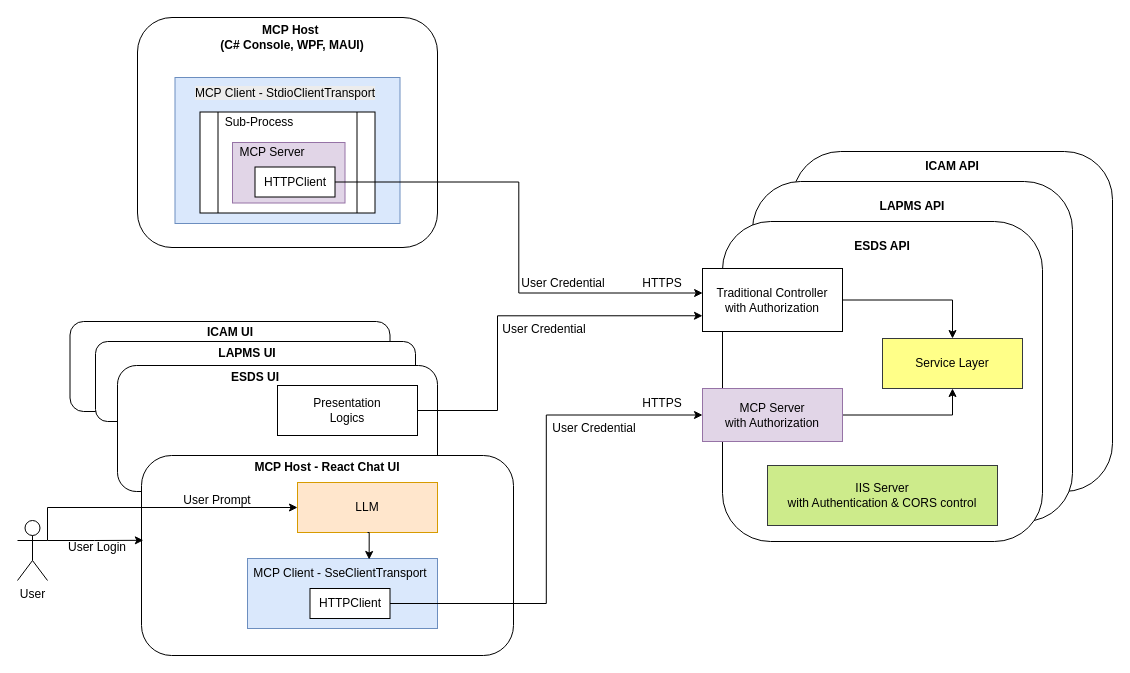
leungkimming/MPCAuthen keeps this draw.io diagram as images/mcp.drawio. Above is the earlier version. Source tidied: cells renumbered, new cells numbered last; positions are measured from the earlier drawing's top-left corner, leaving out a move shared by most shapes. Both pictures are drawn from the tidied source at 100%, with x=0, y=0 at pixel (17, 17).
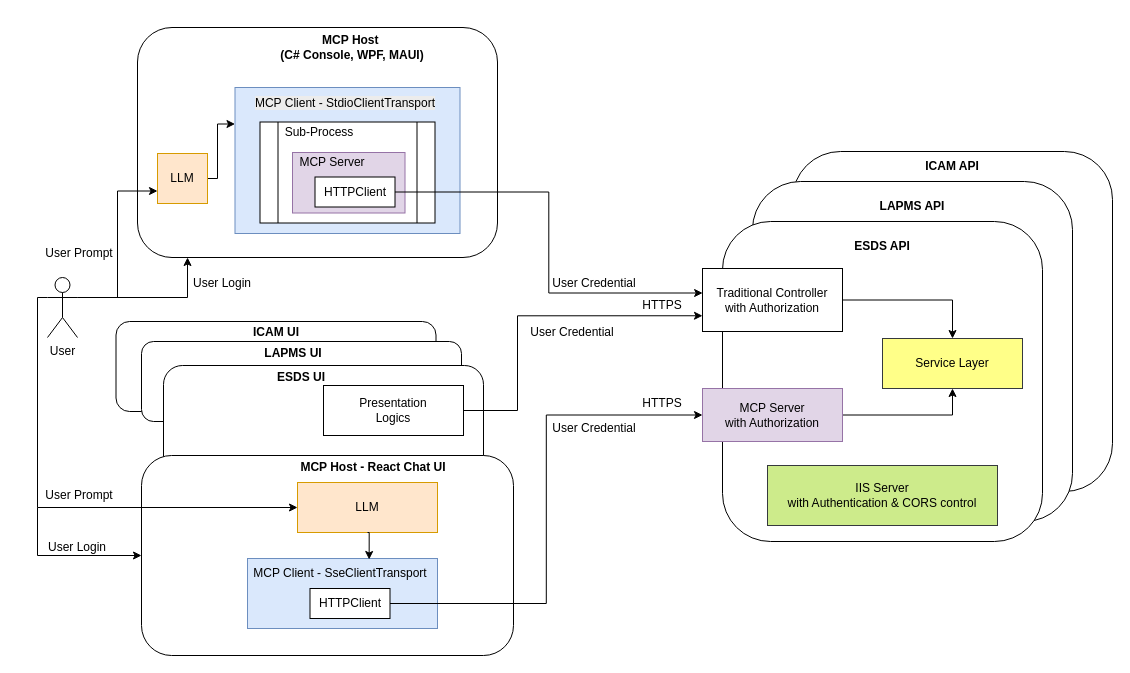
The same page after the edit.

Unchanged cells that the change refers to:
```xml
<mxCell id="9" value="Traditional&amp;nbsp;&lt;span style=&quot;background-color: transparent; color: light-dark(rgb(0, 0, 0), rgb(255, 255, 255));&quot;&gt;Controller&lt;/span&gt;&lt;div&gt;&lt;span style=&quot;background-color: transparent; color: light-dark(rgb(0, 0, 0), rgb(255, 255, 255));&quot;&gt;with Authorization&lt;/span&gt;&lt;/div&gt;" style="rounded=0;whiteSpace=wrap;html=1;" parent="1" vertex="1">
  <mxGeometry x="685" y="251" width="140" height="63" as="geometry" />
</mxCell>
```

The edit, as a diff of the source:
```diff
@@
     <mxCell id="15" value="HTTPS" style="text;html=1;align=center;verticalAlign=middle;whiteSpace=wrap;rounded=0;" parent="1" vertex="1">
-      <mxGeometry x="605" y="251" width="80" height="30" as="geometry" />
+      <mxGeometry x="605" y="273" width="80" height="30" as="geometry" />
     </mxCell>
     <mxCell id="16" value="User Credential" style="text;html=1;align=center;verticalAlign=middle;whiteSpace=wrap;rounded=0;" parent="1" vertex="1">
-      <mxGeometry x="477" y="297" width="100" height="30" as="geometry" />
+      <mxGeometry x="505" y="300" width="100" height="30" as="geometry" />
     </mxCell>
@@
-    <mxCell id="18" style="group;" parent="1" vertex="1">
-      <mxGeometry x="120" width="300" height="230" as="geometry" />
-    </mxCell>
+    <mxCell id="51" value="User Credential" style="text;html=1;align=center;verticalAlign=middle;whiteSpace=wrap;rounded=0;" parent="1" vertex="1">
+      <mxGeometry x="527" y="251" width="100" height="30" as="geometry" />
+    </mxCell>
-    <mxCell id="19" style="rounded=1;whiteSpace=wrap;html=1;" parent="18" vertex="1">
-      <mxGeometry width="300" height="230" as="geometry" />
+    <mxCell id="19" style="rounded=1;whiteSpace=wrap;html=1;" parent="1" vertex="1">
+      <mxGeometry x="120" y="10" width="360" height="230" as="geometry" />
     </mxCell>
-    <mxCell id="20" value="MCP Host&amp;nbsp;&lt;div&gt;(C# Console, WPF, MAUI)&lt;/div&gt;" style="text;html=1;align=center;verticalAlign=middle;whiteSpace=wrap;rounded=0;fontStyle=1;" parent="18" vertex="1">
-      <mxGeometry x="75" width="160" height="40" as="geometry" />
+    <mxCell id="20" value="MCP Host&amp;nbsp;&lt;div&gt;(C# Console, WPF, MAUI)&lt;/div&gt;" style="text;html=1;align=center;verticalAlign=middle;whiteSpace=wrap;rounded=0;fontStyle=1;" parent="1" vertex="1">
+      <mxGeometry x="255" y="10" width="160" height="40" as="geometry" />
     </mxCell>
-    <mxCell id="21" style="rounded=0;whiteSpace=wrap;html=1;labelBackgroundColor=none;fillColor=#dae8fc;strokeColor=#6c8ebf;" parent="18" vertex="1">
-      <mxGeometry x="37.5" y="60" width="225" height="146" as="geometry" />
+    <mxCell id="21" style="rounded=0;whiteSpace=wrap;html=1;labelBackgroundColor=none;fillColor=#dae8fc;strokeColor=#6c8ebf;" parent="1" vertex="1">
+      <mxGeometry x="217.5" y="70" width="225" height="146" as="geometry" />
     </mxCell>
-    <mxCell id="22" value="&lt;span style=&quot;color: rgb(0, 0, 0); font-family: Helvetica; font-size: 12px; font-style: normal; font-variant-ligatures: normal; font-variant-caps: normal; font-weight: 400; letter-spacing: normal; orphans: 2; text-align: center; text-indent: 0px; text-transform: none; widows: 2; word-spacing: 0px; -webkit-text-stroke-width: 0px; white-space: normal; background-color: rgb(236, 236, 236); text-decoration-thickness: initial; text-decoration-style: initial; text-decoration-color: initial; float: none; display: inline !important;&quot;&gt;MCP Client -&amp;nbsp;&lt;/span&gt;&lt;span style=&quot;background-color: light-dark(rgb(236, 236, 236), rgb(34, 34, 34)); color: light-dark(rgb(0, 0, 0), rgb(237, 237, 237));&quot;&gt;StdioClientTransport&lt;/span&gt;" style="text;html=1;align=center;verticalAlign=middle;whiteSpace=wrap;rounded=0;" parent="18" vertex="1">
-      <mxGeometry x="42.5" y="56" width="210" height="40" as="geometry" />
+    <mxCell id="22" value="&lt;span style=&quot;color: rgb(0, 0, 0); font-family: Helvetica; font-size: 12px; font-style: normal; font-variant-ligatures: normal; font-variant-caps: normal; font-weight: 400; letter-spacing: normal; orphans: 2; text-align: center; text-indent: 0px; text-transform: none; widows: 2; word-spacing: 0px; -webkit-text-stroke-width: 0px; white-space: normal; background-color: rgb(236, 236, 236); text-decoration-thickness: initial; text-decoration-style: initial; text-decoration-color: initial; float: none; display: inline !important;&quot;&gt;MCP Client -&amp;nbsp;&lt;/span&gt;&lt;span style=&quot;background-color: light-dark(rgb(236, 236, 236), rgb(34, 34, 34)); color: light-dark(rgb(0, 0, 0), rgb(237, 237, 237));&quot;&gt;StdioClientTransport&lt;/span&gt;" style="text;html=1;align=center;verticalAlign=middle;whiteSpace=wrap;rounded=0;" parent="1" vertex="1">
+      <mxGeometry x="222.5" y="66" width="210" height="40" as="geometry" />
     </mxCell>
-    <mxCell id="23" style="shape=process;whiteSpace=wrap;html=1;backgroundOutline=1;" parent="18" vertex="1">
-      <mxGeometry x="62.5" y="94.5" width="175" height="101" as="geometry" />
+    <mxCell id="23" style="shape=process;whiteSpace=wrap;html=1;backgroundOutline=1;" parent="1" vertex="1">
+      <mxGeometry x="242.5" y="104.5" width="175" height="101" as="geometry" />
     </mxCell>
-    <mxCell id="24" value="Sub-Process" style="text;html=1;align=center;verticalAlign=middle;whiteSpace=wrap;rounded=0;" parent="18" vertex="1">
-      <mxGeometry x="81.5" y="89.5" width="80" height="30" as="geometry" />
+    <mxCell id="24" value="Sub-Process" style="text;html=1;align=center;verticalAlign=middle;whiteSpace=wrap;rounded=0;" parent="1" vertex="1">
+      <mxGeometry x="261.5" y="99.5" width="80" height="30" as="geometry" />
     </mxCell>
-    <mxCell id="25" style="rounded=0;whiteSpace=wrap;html=1;fillColor=#e1d5e7;strokeColor=#9673a6;" parent="18" vertex="1">
-      <mxGeometry x="95" y="125" width="112.5" height="60.5" as="geometry" />
+    <mxCell id="25" style="rounded=0;whiteSpace=wrap;html=1;fillColor=#e1d5e7;strokeColor=#9673a6;" parent="1" vertex="1">
+      <mxGeometry x="275" y="135" width="112.5" height="60.5" as="geometry" />
     </mxCell>
-    <mxCell id="26" value="HTTPClient" style="rounded=0;whiteSpace=wrap;html=1;" parent="18" vertex="1">
-      <mxGeometry x="117.5" y="149.5" width="80" height="30" as="geometry" />
+    <mxCell id="26" value="HTTPClient" style="rounded=0;whiteSpace=wrap;html=1;" parent="1" vertex="1">
+      <mxGeometry x="297.5" y="159.5" width="80" height="30" as="geometry" />
     </mxCell>
-    <mxCell id="27" value="MCP Server" style="text;html=1;align=center;verticalAlign=middle;whiteSpace=wrap;rounded=0;" parent="18" vertex="1">
-      <mxGeometry x="95" y="119.5" width="80" height="30" as="geometry" />
+    <mxCell id="27" value="MCP Server" style="text;html=1;align=center;verticalAlign=middle;whiteSpace=wrap;rounded=0;" parent="1" vertex="1">
+      <mxGeometry x="275" y="129.5" width="80" height="30" as="geometry" />
     </mxCell>
-    <mxCell id="28" style="group;" parent="1" vertex="1">
-      <mxGeometry y="300" width="496" height="338" as="geometry" />
-    </mxCell>
+    <mxCell id="52" style="edgeStyle=orthogonalEdgeStyle;rounded=0;jettySize=auto;html=1;exitX=1;exitY=0.3333333333333333;exitDx=0;exitDy=0;exitPerimeter=0;entryX=0;entryY=0.75;entryDx=0;entryDy=0;" parent="1" edge="1" source="33" target="54">
+      <mxGeometry relative="1" as="geometry" />
+    </mxCell>
+    <mxCell id="33" value="User" style="shape=umlActor;verticalLabelPosition=bottom;verticalAlign=top;html=1;outlineConnect=0;" parent="1" vertex="1">
+      <mxGeometry x="30" y="260" width="30" height="60" as="geometry" />
+    </mxCell>
+    <mxCell id="53" style="edgeStyle=orthogonalEdgeStyle;rounded=0;jettySize=auto;html=1;entryX=0;entryY=0.25;entryDx=0;entryDy=0;" parent="1" edge="1" source="54" target="21">
+      <mxGeometry relative="1" as="geometry">
+        <Array as="points">
+          <mxPoint x="200" y="161" />
+          <mxPoint x="200" y="107" />
+        </Array>
+      </mxGeometry>
+    </mxCell>
+    <mxCell id="54" value="LLM" style="rounded=0;whiteSpace=wrap;html=1;fillColor=#ffe6cc;strokeColor=#d79b00;" parent="1" vertex="1">
+      <mxGeometry x="140" y="136" width="50" height="50" as="geometry" />
+    </mxCell>
+    <mxCell id="55" value="User&amp;nbsp;&lt;span style=&quot;background-color: transparent; color: light-dark(rgb(0, 0, 0), rgb(255, 255, 255));&quot;&gt;Prompt&lt;/span&gt;" style="text;html=1;align=center;verticalAlign=middle;whiteSpace=wrap;rounded=0;" parent="1" vertex="1">
+      <mxGeometry x="31.5" y="221" width="60" height="30" as="geometry" />
+    </mxCell>
+    <mxCell id="56" value="User Login" style="text;html=1;align=center;verticalAlign=middle;whiteSpace=wrap;rounded=0;" parent="1" vertex="1">
+      <mxGeometry x="10" y="515" width="100" height="30" as="geometry" />
+    </mxCell>
+    <mxCell id="57" value="User Login" style="text;html=1;align=center;verticalAlign=middle;whiteSpace=wrap;rounded=0;" parent="1" vertex="1">
+      <mxGeometry x="155" y="251" width="100" height="30" as="geometry" />
+    </mxCell>
-    <mxCell id="29" style="rounded=1;whiteSpace=wrap;html=1;" parent="28" vertex="1">
-      <mxGeometry x="52.5" y="4" width="320" height="90" as="geometry" />
+    <mxCell id="29" style="rounded=1;whiteSpace=wrap;html=1;" parent="1" vertex="1">
+      <mxGeometry x="98.5" y="304" width="320" height="90" as="geometry" />
     </mxCell>
-    <mxCell id="30" style="rounded=1;whiteSpace=wrap;html=1;" parent="28" vertex="1">
-      <mxGeometry x="78" y="24" width="320" height="80" as="geometry" />
+    <mxCell id="30" style="rounded=1;whiteSpace=wrap;html=1;" parent="1" vertex="1">
+      <mxGeometry x="124" y="324" width="320" height="80" as="geometry" />
     </mxCell>
-    <mxCell id="31" value="ICAM UI" style="text;html=1;align=center;verticalAlign=middle;whiteSpace=wrap;rounded=0;fontStyle=1;" parent="28" vertex="1">
-      <mxGeometry x="152.5" width="120" height="30" as="geometry" />
+    <mxCell id="31" value="ICAM UI" style="text;html=1;align=center;verticalAlign=middle;whiteSpace=wrap;rounded=0;fontStyle=1;" parent="1" vertex="1">
+      <mxGeometry x="198.5" y="300" width="120" height="30" as="geometry" />
     </mxCell>
-    <mxCell id="32" value="LAPMS UI" style="text;html=1;align=center;verticalAlign=middle;whiteSpace=wrap;rounded=0;fontStyle=1;" parent="28" vertex="1">
-      <mxGeometry x="170" y="21" width="120" height="30" as="geometry" />
+    <mxCell id="32" value="LAPMS UI" style="text;html=1;align=center;verticalAlign=middle;whiteSpace=wrap;rounded=0;fontStyle=1;" parent="1" vertex="1">
+      <mxGeometry x="216" y="321" width="120" height="30" as="geometry" />
     </mxCell>
-    <mxCell id="33" value="User" style="shape=umlActor;verticalLabelPosition=bottom;verticalAlign=top;html=1;outlineConnect=0;" parent="28" vertex="1">
-      <mxGeometry y="203" width="30" height="60" as="geometry" />
-    </mxCell>
-    <mxCell id="34" value="User Login" style="text;html=1;align=center;verticalAlign=middle;whiteSpace=wrap;rounded=0;" parent="28" vertex="1">
-      <mxGeometry x="30" y="215" width="100" height="30" as="geometry" />
-    </mxCell>
-    <mxCell id="35" style="rounded=1;whiteSpace=wrap;html=1;" parent="28" vertex="1">
-      <mxGeometry x="100" y="48" width="320" height="126" as="geometry" />
+    <mxCell id="35" style="rounded=1;whiteSpace=wrap;html=1;" parent="1" vertex="1">
+      <mxGeometry x="146" y="348" width="320" height="126" as="geometry" />
     </mxCell>
-    <mxCell id="36" value="ESDS UI" style="text;html=1;align=center;verticalAlign=middle;whiteSpace=wrap;rounded=0;fontStyle=1;" parent="28" vertex="1">
-      <mxGeometry x="169.2" y="45" width="137.5" height="30" as="geometry" />
+    <mxCell id="36" value="ESDS UI" style="text;html=1;align=center;verticalAlign=middle;whiteSpace=wrap;rounded=0;fontStyle=1;" parent="1" vertex="1">
+      <mxGeometry x="215.2" y="345" width="137.5" height="30" as="geometry" />
     </mxCell>
-    <mxCell id="37" value="Presentation&lt;div&gt;Logics&lt;/div&gt;" style="rounded=0;whiteSpace=wrap;html=1;" parent="28" vertex="1">
-      <mxGeometry x="260" y="68" width="140" height="50" as="geometry" />
+    <mxCell id="37" value="Presentation&lt;div&gt;Logics&lt;/div&gt;" style="rounded=0;whiteSpace=wrap;html=1;" parent="1" vertex="1">
+      <mxGeometry x="306" y="368" width="140" height="50" as="geometry" />
     </mxCell>
-    <mxCell id="38" style="rounded=1;whiteSpace=wrap;html=1;" parent="28" vertex="1">
-      <mxGeometry x="124" y="138" width="372" height="200" as="geometry" />
+    <mxCell id="38" style="rounded=1;whiteSpace=wrap;html=1;" parent="1" vertex="1">
+      <mxGeometry x="124" y="438" width="372" height="200" as="geometry" />
     </mxCell>
-    <mxCell id="39" style="rounded=0;whiteSpace=wrap;html=1;fillColor=#dae8fc;strokeColor=#6c8ebf;" parent="28" vertex="1">
-      <mxGeometry x="230" y="241" width="190" height="70" as="geometry" />
+    <mxCell id="39" style="rounded=0;whiteSpace=wrap;html=1;fillColor=#dae8fc;strokeColor=#6c8ebf;" parent="1" vertex="1">
+      <mxGeometry x="230" y="541" width="190" height="70" as="geometry" />
     </mxCell>
-    <mxCell id="40" value="MCP Client -&amp;nbsp;&lt;span style=&quot;background-color: transparent; color: light-dark(rgb(0, 0, 0), rgb(255, 255, 255));&quot;&gt;SseClientTransport&lt;/span&gt;" style="text;html=1;align=center;verticalAlign=middle;whiteSpace=wrap;rounded=0;" parent="28" vertex="1">
-      <mxGeometry x="232.5" y="241" width="180" height="30" as="geometry" />
+    <mxCell id="40" value="MCP Client -&amp;nbsp;&lt;span style=&quot;background-color: transparent; color: light-dark(rgb(0, 0, 0), rgb(255, 255, 255));&quot;&gt;SseClientTransport&lt;/span&gt;" style="text;html=1;align=center;verticalAlign=middle;whiteSpace=wrap;rounded=0;" parent="1" vertex="1">
+      <mxGeometry x="232.5" y="541" width="180" height="30" as="geometry" />
     </mxCell>
-    <mxCell id="41" value="HTTPClient" style="rounded=0;whiteSpace=wrap;html=1;" parent="28" vertex="1">
-      <mxGeometry x="292.5" y="271" width="80" height="30" as="geometry" />
+    <mxCell id="41" value="HTTPClient" style="rounded=0;whiteSpace=wrap;html=1;" parent="1" vertex="1">
+      <mxGeometry x="292.5" y="571" width="80" height="30" as="geometry" />
     </mxCell>
-    <mxCell id="42" value="LLM" style="rounded=0;whiteSpace=wrap;html=1;fillColor=#ffe6cc;strokeColor=#d79b00;" parent="28" vertex="1">
-      <mxGeometry x="280" y="165" width="140" height="50" as="geometry" />
+    <mxCell id="42" value="LLM" style="rounded=0;whiteSpace=wrap;html=1;fillColor=#ffe6cc;strokeColor=#d79b00;" parent="1" vertex="1">
+      <mxGeometry x="280" y="465" width="140" height="50" as="geometry" />
     </mxCell>
-    <mxCell id="43" style="edgeStyle=orthogonalEdgeStyle;rounded=0;jettySize=auto;html=1;exitX=1;exitY=0.3333333333333333;exitDx=0;exitDy=0;exitPerimeter=0;entryX=0.005;entryY=0.424;entryDx=0;entryDy=0;entryPerimeter=0;" parent="28" edge="1" source="33" target="38">
-      <mxGeometry relative="1" as="geometry" />
-    </mxCell>
-    <mxCell id="44" style="edgeStyle=orthogonalEdgeStyle;rounded=0;jettySize=auto;html=1;exitX=1;exitY=0.3333333333333333;exitDx=0;exitDy=0;exitPerimeter=0;entryX=0;entryY=0.5;entryDx=0;entryDy=0;" parent="28" edge="1" source="33" target="42">
-      <mxGeometry relative="1" as="geometry">
-        <Array as="points">
-          <mxPoint x="30" y="190" />
-        </Array>
-      </mxGeometry>
-    </mxCell>
-    <mxCell id="45" value="User Prompt" style="text;html=1;align=center;verticalAlign=middle;whiteSpace=wrap;rounded=0;" parent="28" vertex="1">
-      <mxGeometry x="150" y="168" width="100" height="30" as="geometry" />
+    <mxCell id="45" value="User Prompt" style="text;html=1;align=center;verticalAlign=middle;whiteSpace=wrap;rounded=0;" parent="1" vertex="1">
+      <mxGeometry x="18.5" y="463" width="86" height="30" as="geometry" />
     </mxCell>
-    <mxCell id="46" style="edgeStyle=orthogonalEdgeStyle;rounded=0;jettySize=auto;html=1;exitX=0.5;exitY=1;exitDx=0;exitDy=0;entryX=0.662;entryY=0.033;entryDx=0;entryDy=0;entryPerimeter=0;" parent="28" edge="1" source="42" target="40">
+    <mxCell id="46" style="edgeStyle=orthogonalEdgeStyle;rounded=0;jettySize=auto;html=1;exitX=0.5;exitY=1;exitDx=0;exitDy=0;entryX=0.662;entryY=0.033;entryDx=0;entryDy=0;entryPerimeter=0;" parent="1" edge="1" source="42" target="40">
       <mxGeometry relative="1" as="geometry" />
     </mxCell>
-    <mxCell id="47" value="MCP Host - React Chat UI" style="text;html=1;align=center;verticalAlign=middle;whiteSpace=wrap;rounded=0;fontStyle=1;" parent="28" vertex="1">
-      <mxGeometry x="235" y="135" width="150" height="30" as="geometry" />
+    <mxCell id="47" value="MCP Host - React Chat UI" style="text;html=1;align=center;verticalAlign=middle;whiteSpace=wrap;rounded=0;fontStyle=1;" parent="1" vertex="1">
+      <mxGeometry x="281" y="435" width="150" height="30" as="geometry" />
     </mxCell>
+    <mxCell id="58" style="edgeStyle=orthogonalEdgeStyle;rounded=0;jettySize=auto;html=1;" parent="1" edge="1" target="38">
+      <mxGeometry relative="1" as="geometry">
+        <mxPoint x="20" y="490" as="sourcePoint" />
+        <Array as="points">
+          <mxPoint x="20" y="538" />
+        </Array>
+      </mxGeometry>
+    </mxCell>
     <mxCell id="48" style="edgeStyle=orthogonalEdgeStyle;rounded=0;jettySize=auto;html=1;exitX=1;exitY=0.5;exitDx=0;exitDy=0;entryX=0;entryY=0.75;entryDx=0;entryDy=0;" parent="1" edge="1" source="37" target="9">
       <mxGeometry relative="1" as="geometry">
         <Array as="points">
-          <mxPoint x="480" y="393" />
-          <mxPoint x="480" y="298" />
+          <mxPoint x="500" y="393" />
+          <mxPoint x="500" y="298" />
         </Array>
       </mxGeometry>
     </mxCell>
+    <mxCell id="44" style="edgeStyle=orthogonalEdgeStyle;rounded=0;jettySize=auto;html=1;entryX=0;entryY=0.5;entryDx=0;entryDy=0;exitX=0;exitY=0.3333333333333333;exitDx=0;exitDy=0;exitPerimeter=0;" parent="1" edge="1" source="33" target="42">
+      <mxGeometry relative="1" as="geometry">
+        <Array as="points">
+          <mxPoint x="20" y="280" />
+          <mxPoint x="20" y="490" />
+        </Array>
+      </mxGeometry>
+    </mxCell>
+    <mxCell id="50" style="edgeStyle=orthogonalEdgeStyle;rounded=0;jettySize=auto;html=1;exitX=1;exitY=0.5;exitDx=0;exitDy=0;entryX=0.001;entryY=0.389;entryDx=0;entryDy=0;entryPerimeter=0;" parent="1" edge="1" source="26" target="9">
+      <mxGeometry relative="1" as="geometry" />
+    </mxCell>
@@
-    <mxCell id="50" style="edgeStyle=orthogonalEdgeStyle;rounded=0;jettySize=auto;html=1;exitX=1;exitY=0.5;exitDx=0;exitDy=0;entryX=0.001;entryY=0.389;entryDx=0;entryDy=0;entryPerimeter=0;" parent="1" edge="1" source="26" target="9">
-      <mxGeometry relative="1" as="geometry" />
-    </mxCell>
-    <mxCell id="51" value="User Credential" style="text;html=1;align=center;verticalAlign=middle;whiteSpace=wrap;rounded=0;" parent="1" vertex="1">
-      <mxGeometry x="496" y="251" width="100" height="30" as="geometry" />
-    </mxCell>
+    <mxCell id="59" style="edgeStyle=orthogonalEdgeStyle;rounded=0;jettySize=auto;html=1;exitX=1;exitY=0.3333333333333333;exitDx=0;exitDy=0;exitPerimeter=0;entryX=0.139;entryY=1;entryDx=0;entryDy=0;entryPerimeter=0;" parent="1" edge="1" source="33" target="19">
+      <mxGeometry relative="1" as="geometry" />
+    </mxCell>
```
